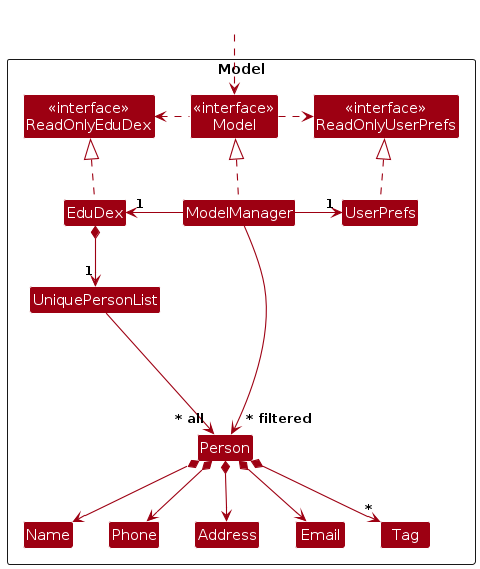
This is diagrams/ModelClassDiagram.png from Juggernaut102/tp, a PlantUML export, as it was before one commit. Its source is kept beside it as diagrams/ModelClassDiagram.puml.
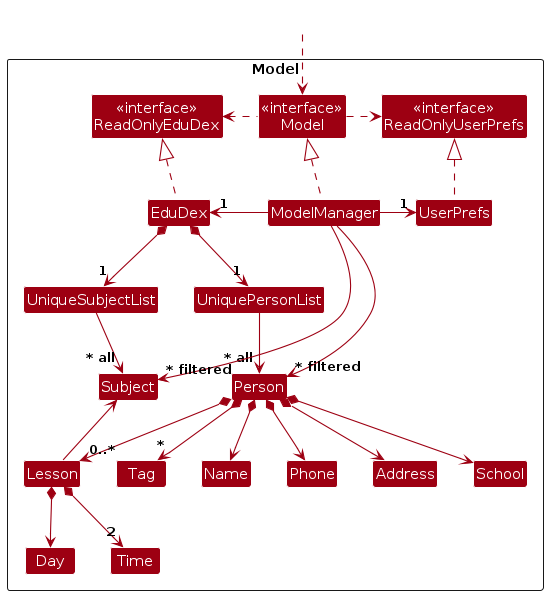
The same file after the commit.

The edit, as a diff of the source:
```diff
@@ -15,10 +15,16 @@
 Class UniquePersonList
 Class Person
 Class Address
-Class Email
+Class School
 Class Name
 Class Phone
 Class Tag
+Class Lesson
+Class Day
+Class Time
+
+Class UniqueSubjectList
+Class Subject
 
 Class I #FFFFFF
 }
@@ -36,19 +42,29 @@
 UserPrefs .up.|> ReadOnlyUserPrefs
 
 EduDex *--> "1" UniquePersonList
+EduDex *--> "1" UniqueSubjectList
+
 UniquePersonList --> "~* all" Person
+UniqueSubjectList --> "~* all" Subject
+
 Person *--> Name
 Person *--> Phone
-Person *--> Email
+Person *--> School
 Person *--> Address
 Person *--> "*" Tag
+Person *--> "0..*" Lesson
 
-Person -[hidden]up--> I
+Lesson *--> Day
+Lesson *--> "2" Time
+Lesson --> Subject
+
 UniquePersonList -[hidden]right-> I
+UniqueSubjectList -[hidden]right-> I
+Subject -[hidden]right-> Person
 
 Name -[hidden]right-> Phone
 Phone -[hidden]right-> Address
-Address -[hidden]right-> Email
 
 ModelManager --> "~* filtered" Person
+ModelManager --> "~* filtered" Subject
 @enduml
```
